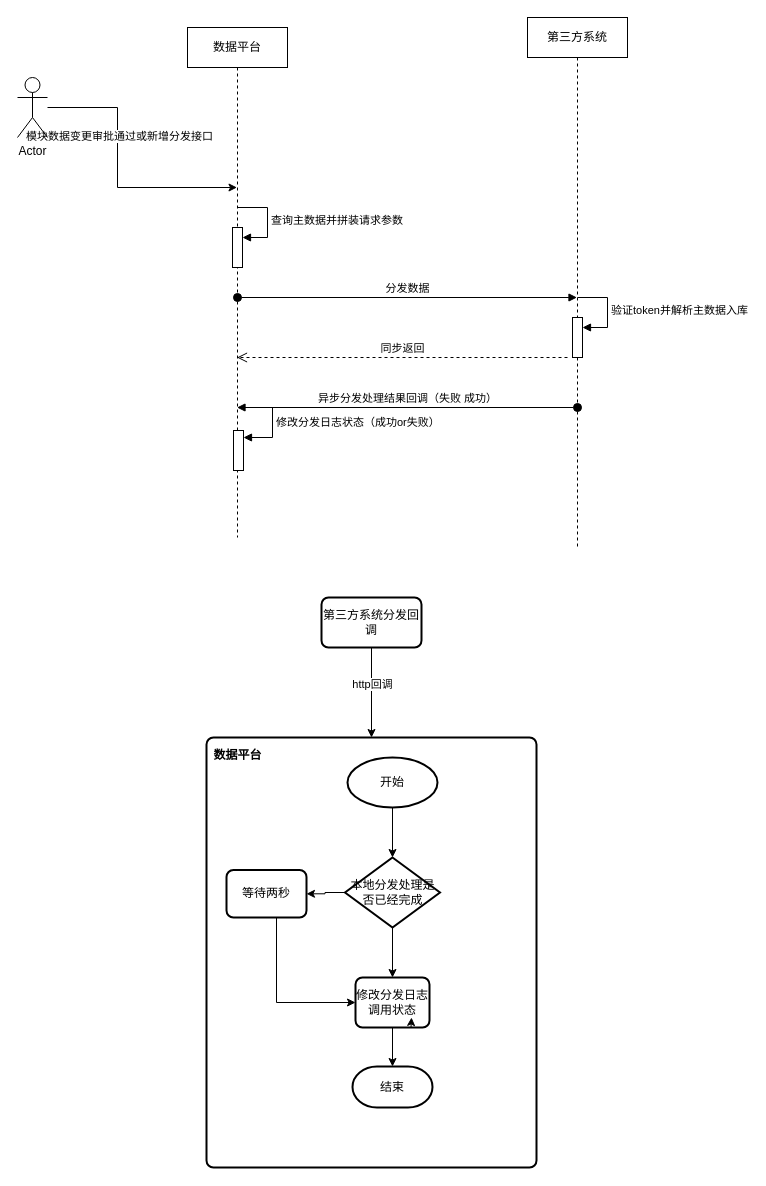
Before: 数据分发.drawio in weiqingping/dw, a draw.io diagram. Source tidied: cells renumbered, new cells numbered last; positions are measured from the earlier drawing's top-left corner, leaving out a move shared by most shapes. Both pictures are drawn from the tidied source at 100%, with x=0, y=0 at pixel (17, 17).
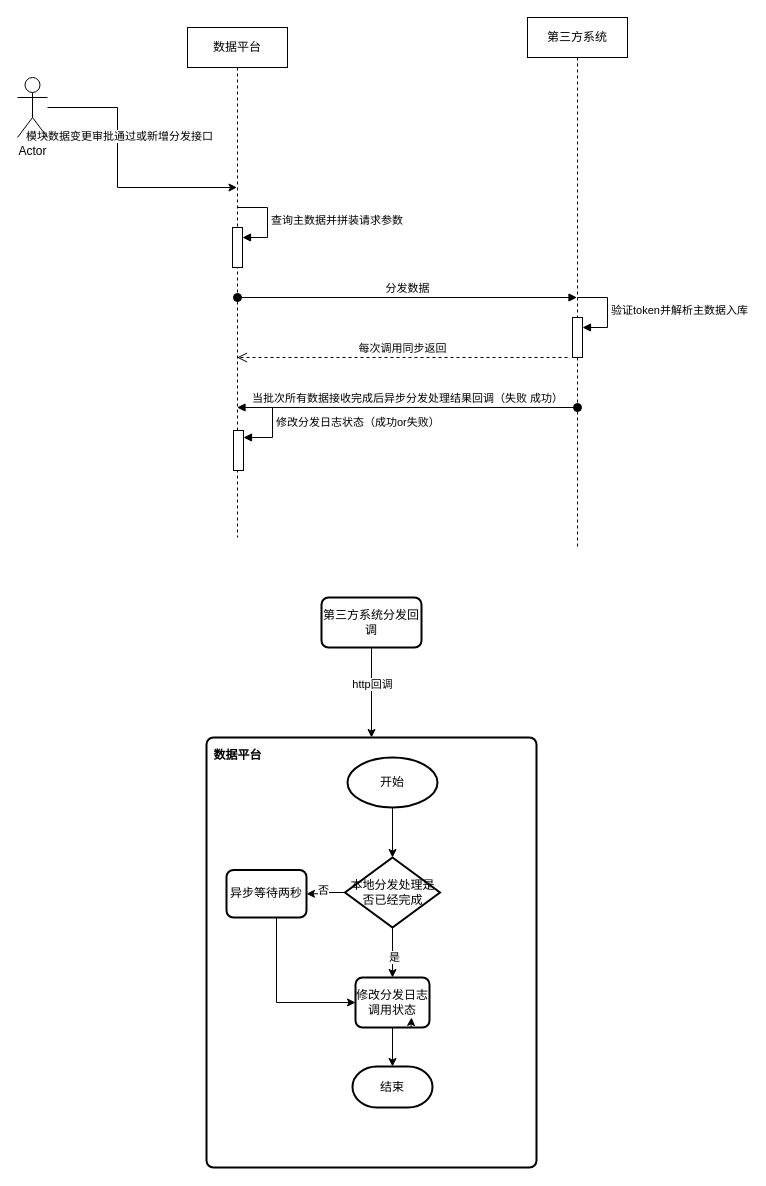
The same page after the edit.

Commit message:
更新数据分发.drawio

The change refers to these unchanged cells:
```xml
<mxCell id="5" value="数据平台" style="shape=umlLifeline;perimeter=lifelinePerimeter;whiteSpace=wrap;html=1;outlineConnect=0;portConstraint=eastwest;newEdgeStyle={&quot;curved&quot;:0,&quot;rounded&quot;:0};" parent="1" vertex="1">
  <mxGeometry x="170" y="10" width="100" height="510" as="geometry" />
</mxCell>
<mxCell id="20" style="edgeStyle=orthogonalEdgeStyle;rounded=0;jettySize=auto;html=1;" parent="1" edge="1" source="22" target="26">
  <mxGeometry relative="1" as="geometry" />
</mxCell>
<mxCell id="21" style="edgeStyle=orthogonalEdgeStyle;rounded=0;jettySize=auto;html=1;" parent="1" edge="1" source="22" target="24">
  <mxGeometry relative="1" as="geometry" />
</mxCell>
```

Diff of the diagram source:
```diff
@@
-    <mxCell id="12" value="同步返回" style="html=1;verticalAlign=bottom;endArrow=open;dashed=1;endSize=8;curved=0;rounded=0;" parent="1" edge="1" target="5">
+    <mxCell id="12" value="每次调用同步返回" style="html=1;verticalAlign=bottom;endArrow=open;dashed=1;endSize=8;curved=0;rounded=0;" parent="1" edge="1" target="5">
       <mxGeometry relative="1" as="geometry">
         <mxPoint x="550" y="340" as="sourcePoint" />
       </mxGeometry>
     </mxCell>
-    <mxCell id="13" value="异步分发处理结果回调（失败 成功）" style="html=1;verticalAlign=bottom;startArrow=oval;startFill=1;endArrow=block;startSize=8;curved=0;rounded=0;" parent="1" edge="1" target="5">
+    <mxCell id="13" value="当批次所有数据接收完成后异步分发处理结果回调（失败 成功）" style="html=1;verticalAlign=bottom;startArrow=oval;startFill=1;endArrow=block;startSize=8;curved=0;rounded=0;" parent="1" edge="1" target="5">
       <mxGeometry relative="1" as="geometry">
         <mxPoint x="560" y="390" as="sourcePoint" />
       </mxGeometry>
     </mxCell>
@@
+    <mxCell id="32" value="否" style="edgeLabel;html=1;align=center;verticalAlign=middle;" parent="20" vertex="1">
+      <mxGeometry x="0.01" y="-4" relative="1" as="geometry">
+        <mxPoint x="2" y="-3" as="offset" />
+      </mxGeometry>
+    </mxCell>
@@
+    <mxCell id="33" value="是" style="edgeLabel;html=1;align=center;verticalAlign=middle;" parent="21" vertex="1">
+      <mxGeometry x="0.14" y="1" relative="1" as="geometry" />
+    </mxCell>
@@
-    <mxCell id="26" value="等待两秒" style="rounded=1;whiteSpace=wrap;html=1;absoluteArcSize=1;arcSize=14;strokeWidth=2;" parent="1" vertex="1">
+    <mxCell id="26" value="异步等待两秒" style="rounded=1;whiteSpace=wrap;html=1;absoluteArcSize=1;arcSize=14;strokeWidth=2;" parent="1" vertex="1">
       <mxGeometry x="209" y="852.5" width="80" height="47.5" as="geometry" />
     </mxCell>
```
